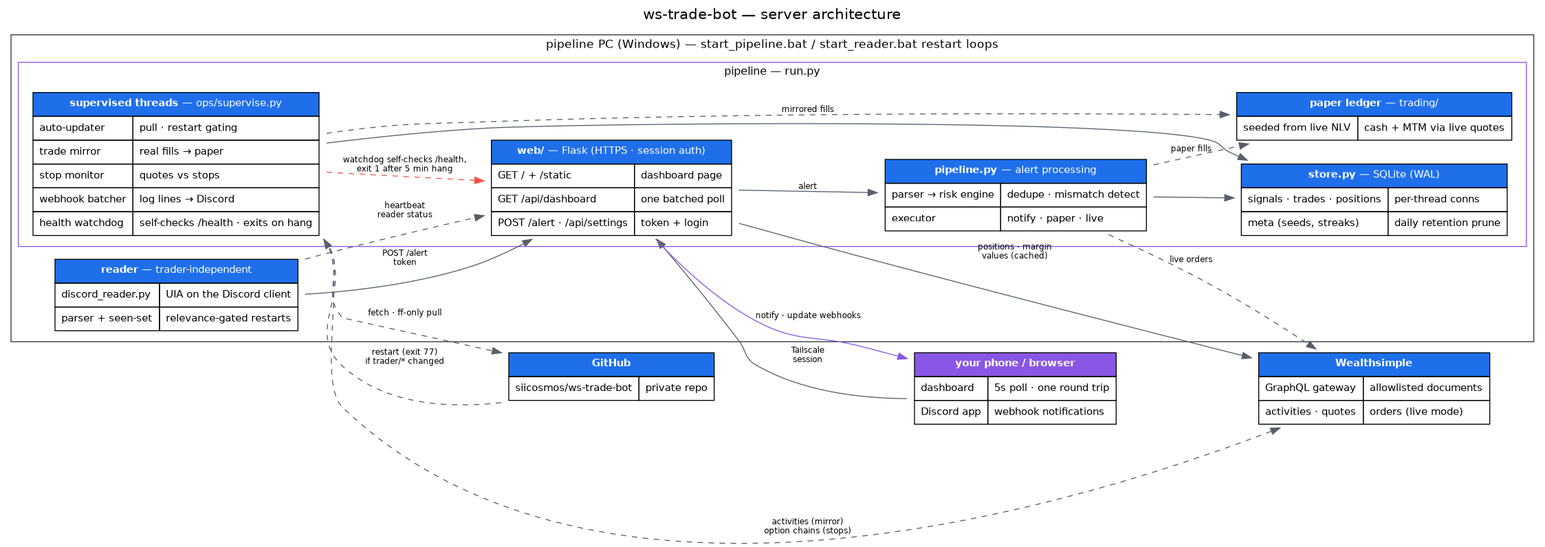
This is docs/architecture.png from siicosmos/ws-trade-bot, a Graphviz export, as it was before one commit. Its source is kept beside it as docs/architecture.dot.
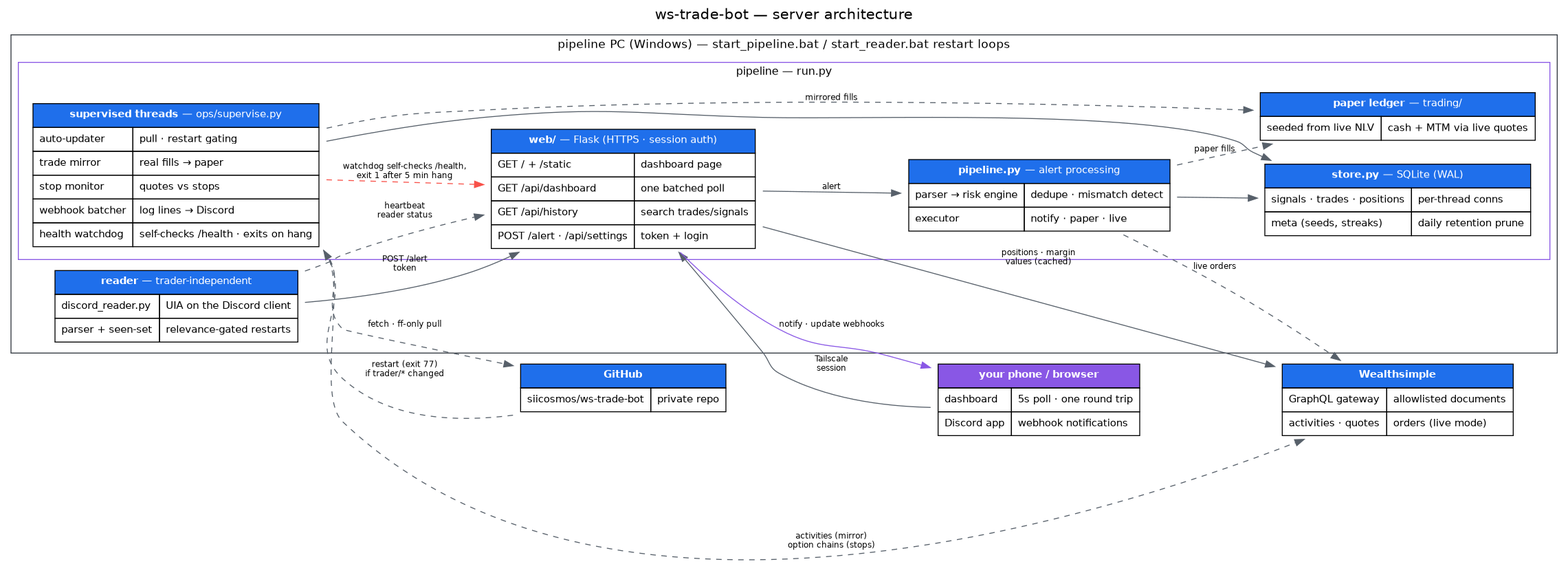
Later version of the same file.

Commit message:
#6-#12 re-review: dedupe ws_common helpers, fix stale docs, clear stale search filter

Change to the diagram source:
```diff
@@ -46,6 +46,7 @@
           <TR><TD BGCOLOR="#1f6feb" COLSPAN="2"><FONT COLOR="white"><B>web/</B> — Flask (HTTPS · session auth)</FONT></TD></TR>
           <TR><TD ALIGN="LEFT">GET / + /static</TD><TD ALIGN="LEFT">dashboard page</TD></TR>
           <TR><TD ALIGN="LEFT">GET /api/dashboard</TD><TD ALIGN="LEFT">one batched poll</TD></TR>
+          <TR><TD ALIGN="LEFT">GET /api/history</TD><TD ALIGN="LEFT">search trades/signals</TD></TR>
           <TR><TD ALIGN="LEFT">POST /alert · /api/settings</TD><TD ALIGN="LEFT">token + login</TD></TR>
         </TABLE>>];
 
```
